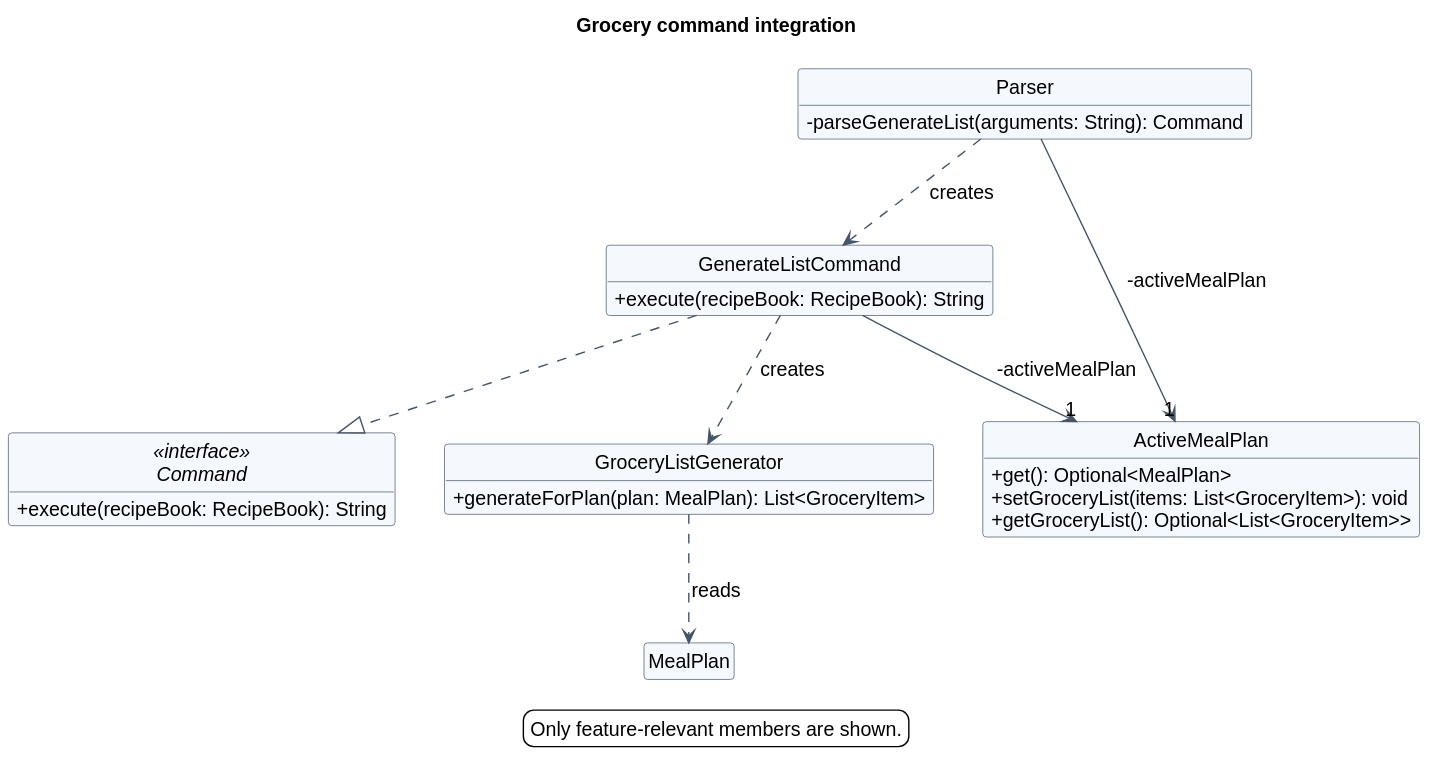
Above: docs/images/oilybikechain/grocery-classes.svg in Rixte/tp (PlantUML), before the change.
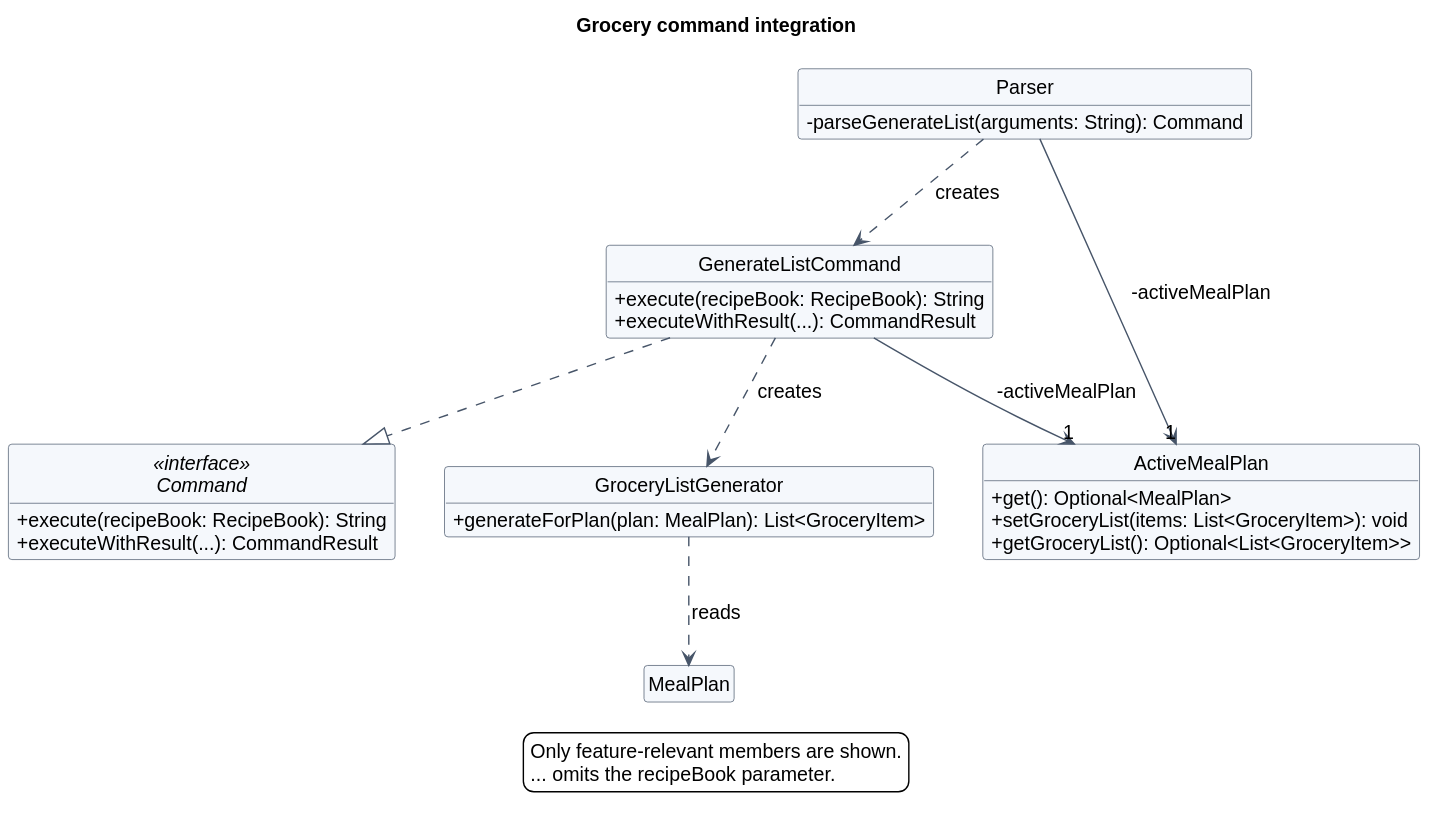
Above is the later version.

Change to the diagram source:
```diff
@@ -14,9 +14,11 @@
 }
 interface Command <<interface>> {
   + execute(recipeBook: RecipeBook): String
+  + executeWithResult(...): CommandResult
 }
 class GenerateListCommand {
   + execute(recipeBook: RecipeBook): String
+  + executeWithResult(...): CommandResult
 }
 class GroceryListGenerator {
   + generateForPlan(plan: MealPlan): List<GroceryItem>
@@ -34,5 +36,6 @@
 GroceryListGenerator ..> MealPlan : reads
 legend bottom
   Only feature-relevant members are shown.
+  ... omits the recipeBook parameter.
 endlegend
 @enduml
```
